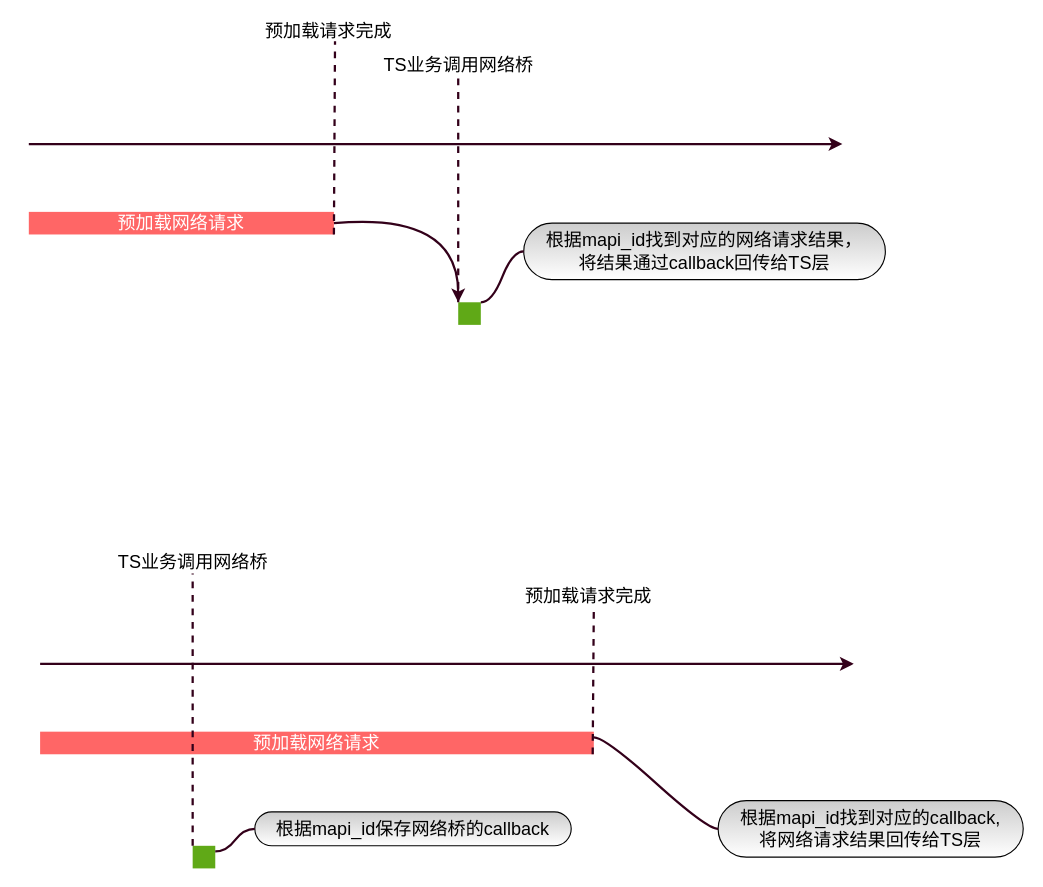
Earlier version of the draw.io diagram page "第 8 页" (8 of 8) of 频道首页执行流程.drawio (hpk1994/shophome). Source tidied: cells renumbered, new cells numbered last; positions are measured from the earlier drawing's top-left corner, leaving out a move shared by most shapes. Both pictures are drawn from the tidied source at 113%, with x=0, y=0 at pixel (28, 19).
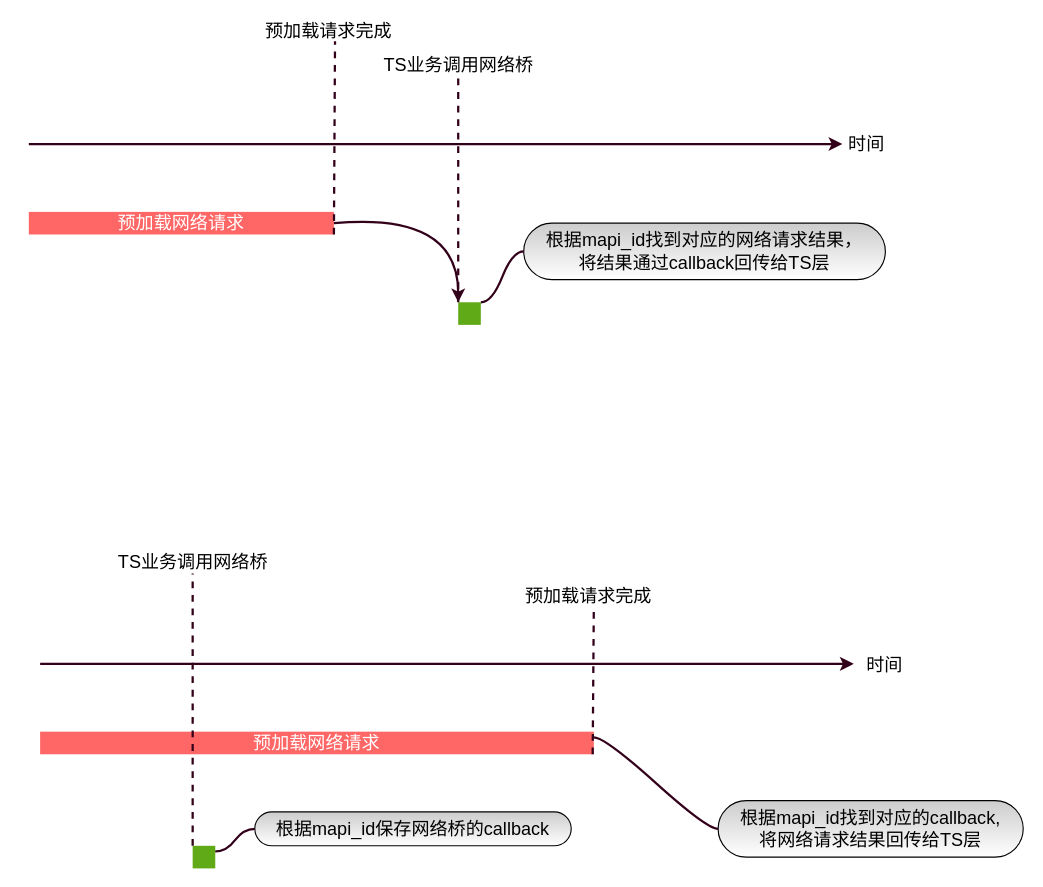
Above is the later version.

Commit message (it also covers changes not shown here):
更新频道首页执行流程.drawio

Diff of the diagram source:
```diff
@@
+    <mxCell id="23" value="时间" style="text;html=1;align=center;verticalAlign=middle;fontSize=16;" parent="1" vertex="1">
+      <mxGeometry x="720" y="98" width="42" height="23" as="geometry" />
+    </mxCell>
+    <mxCell id="24" value="时间" style="text;html=1;align=center;verticalAlign=middle;fontSize=16;" parent="1" vertex="1">
+      <mxGeometry x="736" y="559" width="42" height="23" as="geometry" />
+    </mxCell>
```
